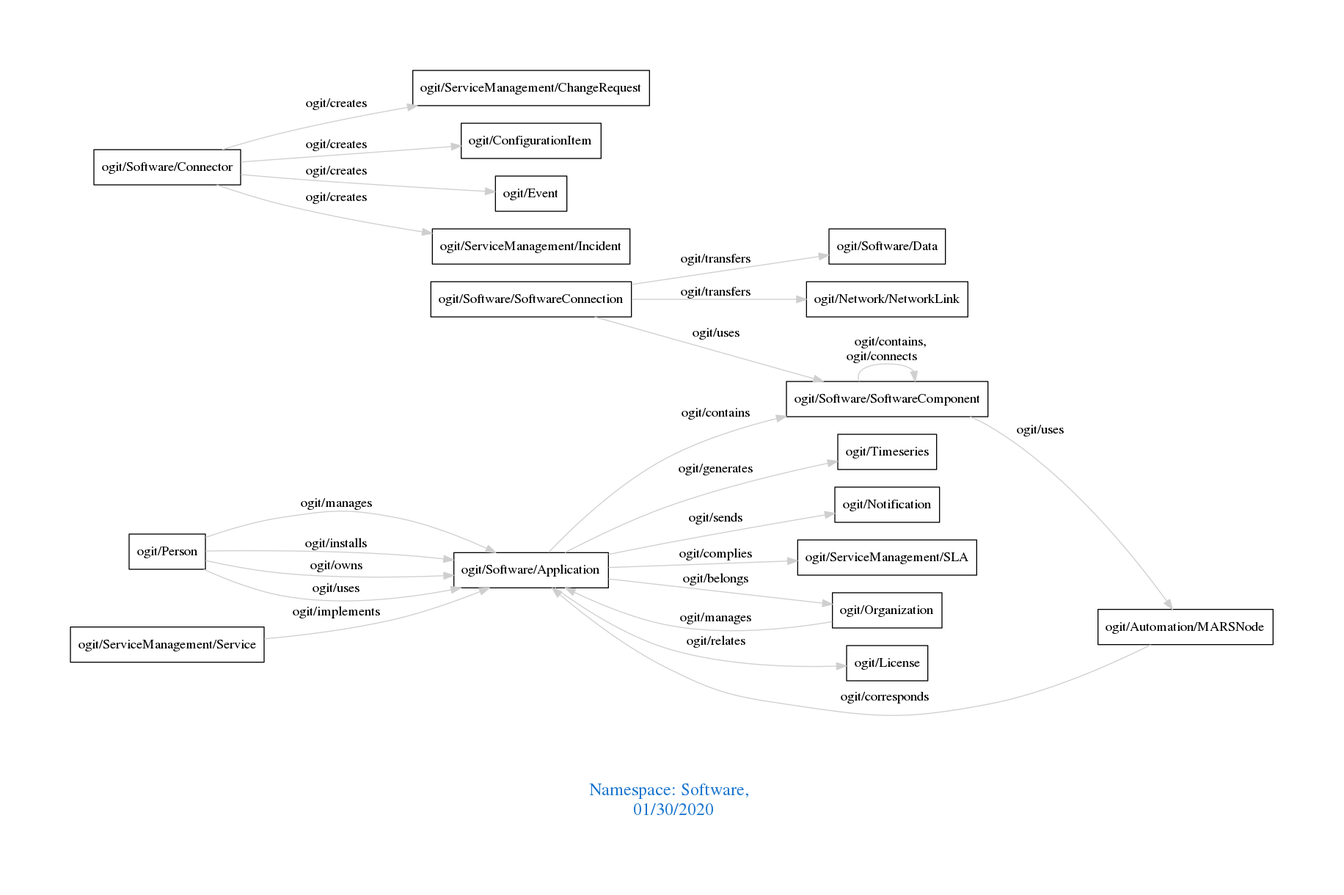
Before: downloads/Software.png, a diagram exported from Graphviz (arago/OGIT). Its source is kept beside it as downloads/Software.dot.
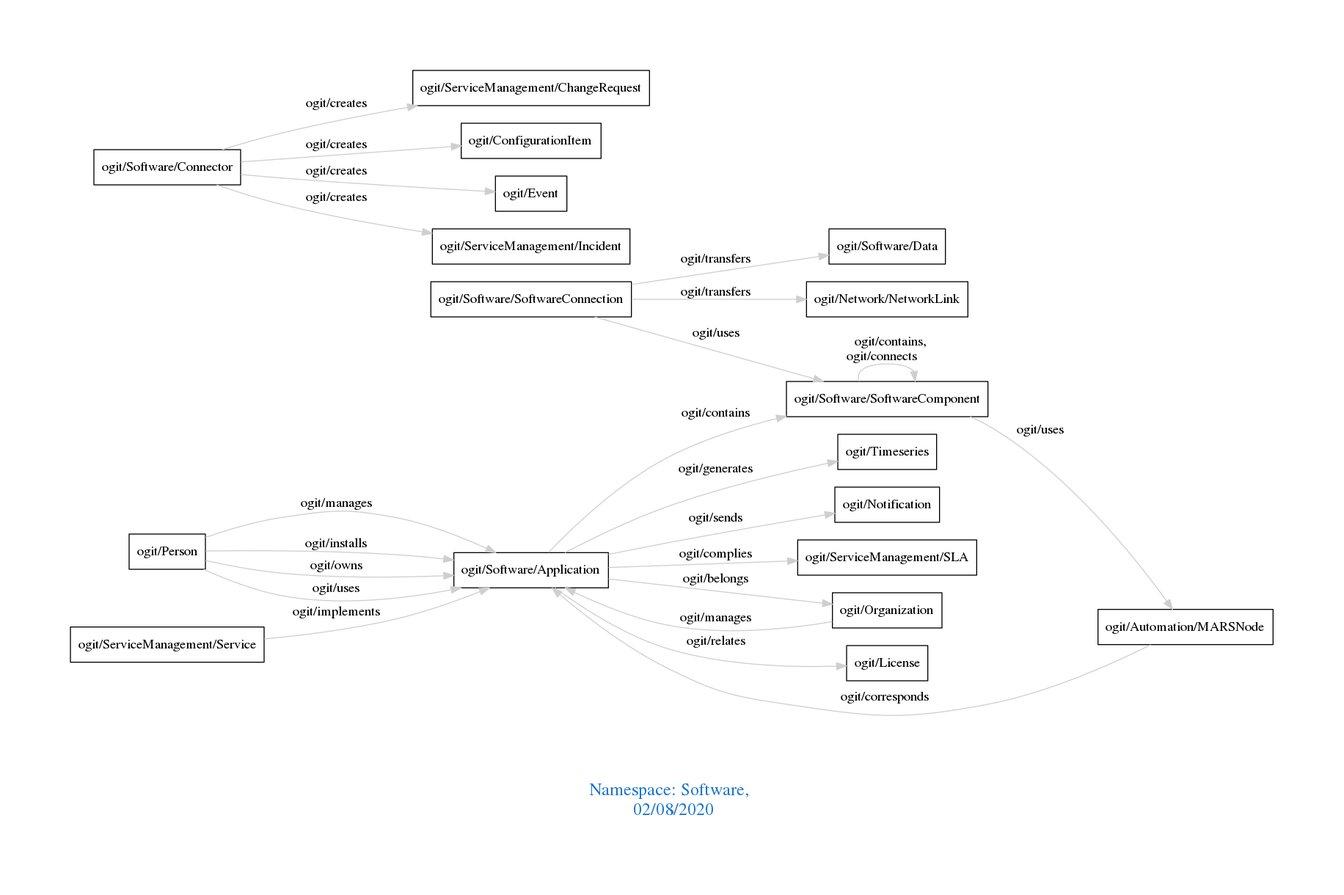
The same diagram one commit later.

The edit, as a diff of the source:
```diff
@@ -1,7 +1,7 @@
 digraph OGIT_ontology {
  graph [ rankdir= LR,pad=1
 fontsize = 18,
-fontcolor= dodgerblue3,label = "\n\n\nNamespace: Software, \n 01/30/2020"];
+fontcolor= dodgerblue3,label = "\n\n\nNamespace: Software, \n 02/08/2020"];
 node[shape=polygon];
 edge [  color="gray81"];
 
```
